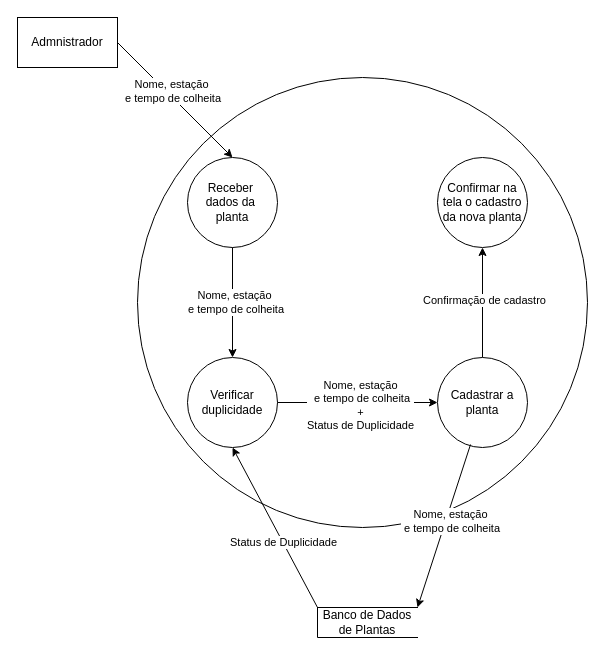
The draw.io diagram page "Cadastra tipo de planta" (4 of 5) of documentacao/Diagramas/Ações do Administrador.drawio in Nebul0Ok/SeuPaulo, before the edit. Source tidied: cells renumbered, new cells numbered last; positions are measured from the earlier drawing's top-left corner, leaving out a move shared by most shapes. Both pictures are drawn from the tidied source at 100%, with x=0, y=0 at pixel (17, 17).
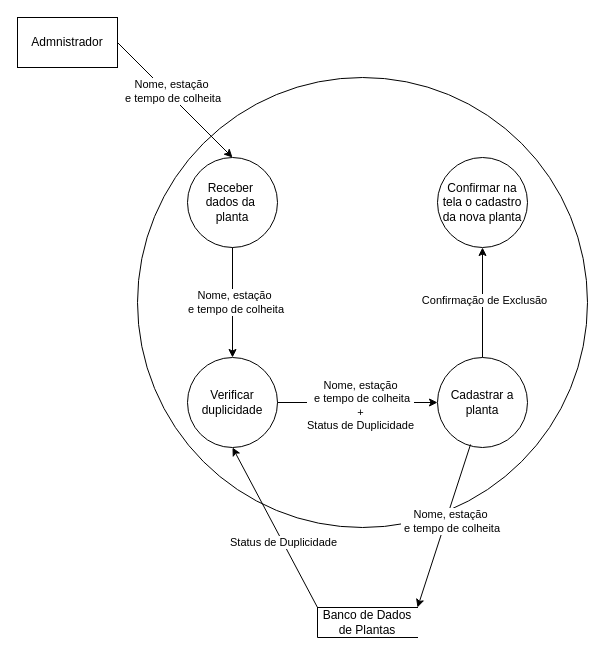
The same diagram, later.

The change refers to these unchanged cells:
```xml
<mxCell id="10" style="edgeStyle=none;rounded=0;jettySize=auto;html=1;" parent="1" edge="1" source="12" target="21">
  <mxGeometry relative="1" as="geometry" />
</mxCell>
```

The edit, as a diff of the source:
```diff
@@
-    <mxCell id="11" value="Confirmação de cadastro" style="edgeLabel;html=1;align=center;verticalAlign=middle;" parent="10" vertex="1">
+    <mxCell id="11" value="Confirmação de Exclusão" style="edgeLabel;html=1;align=center;verticalAlign=middle;" parent="10" vertex="1">
       <mxGeometry x="0.05" y="-1" relative="1" as="geometry" />
     </mxCell>
```
